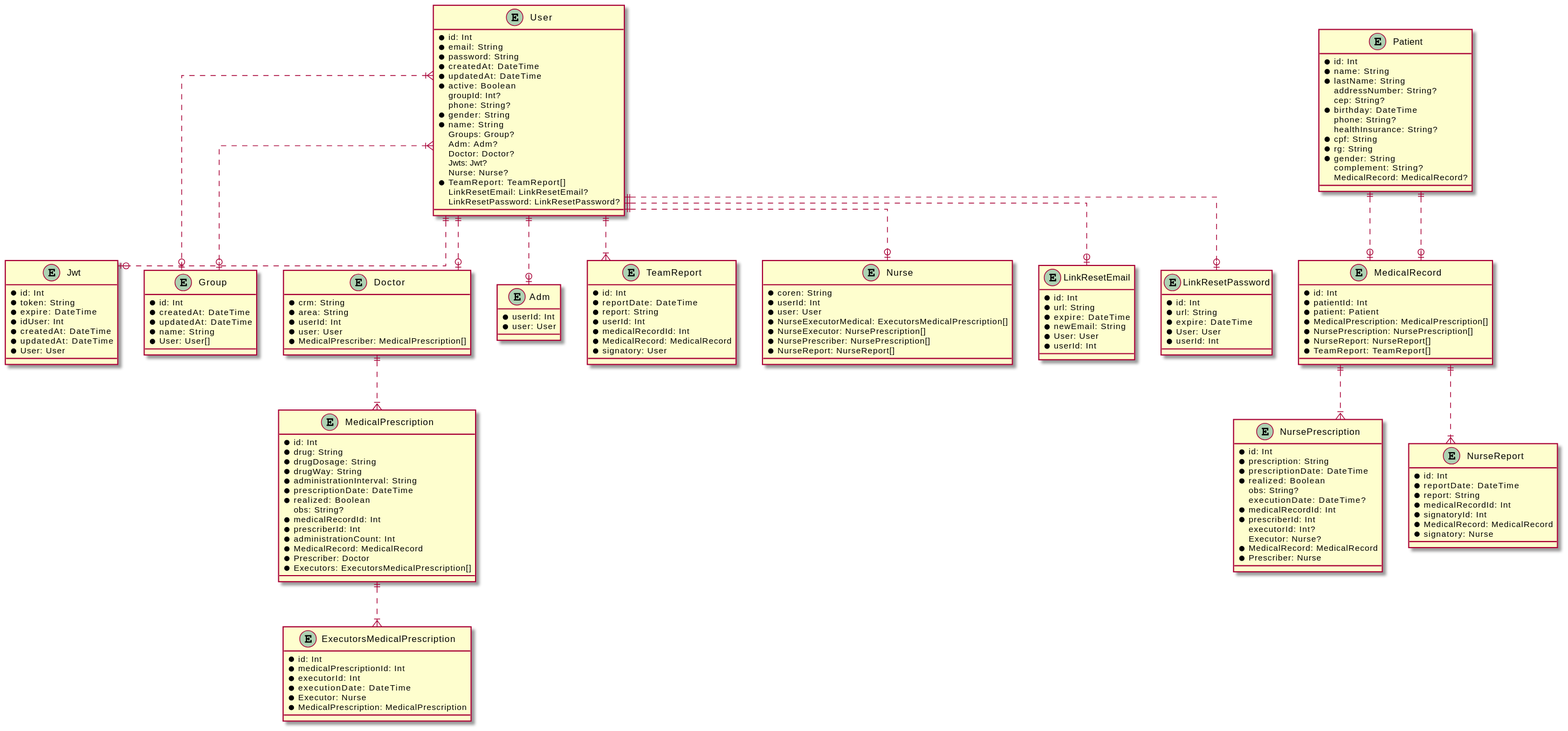
Above: prisma/uml/schemas_uml.svg in CC-UNIP-CAMPINAS/SAPEP-back (PlantUML), before the change.
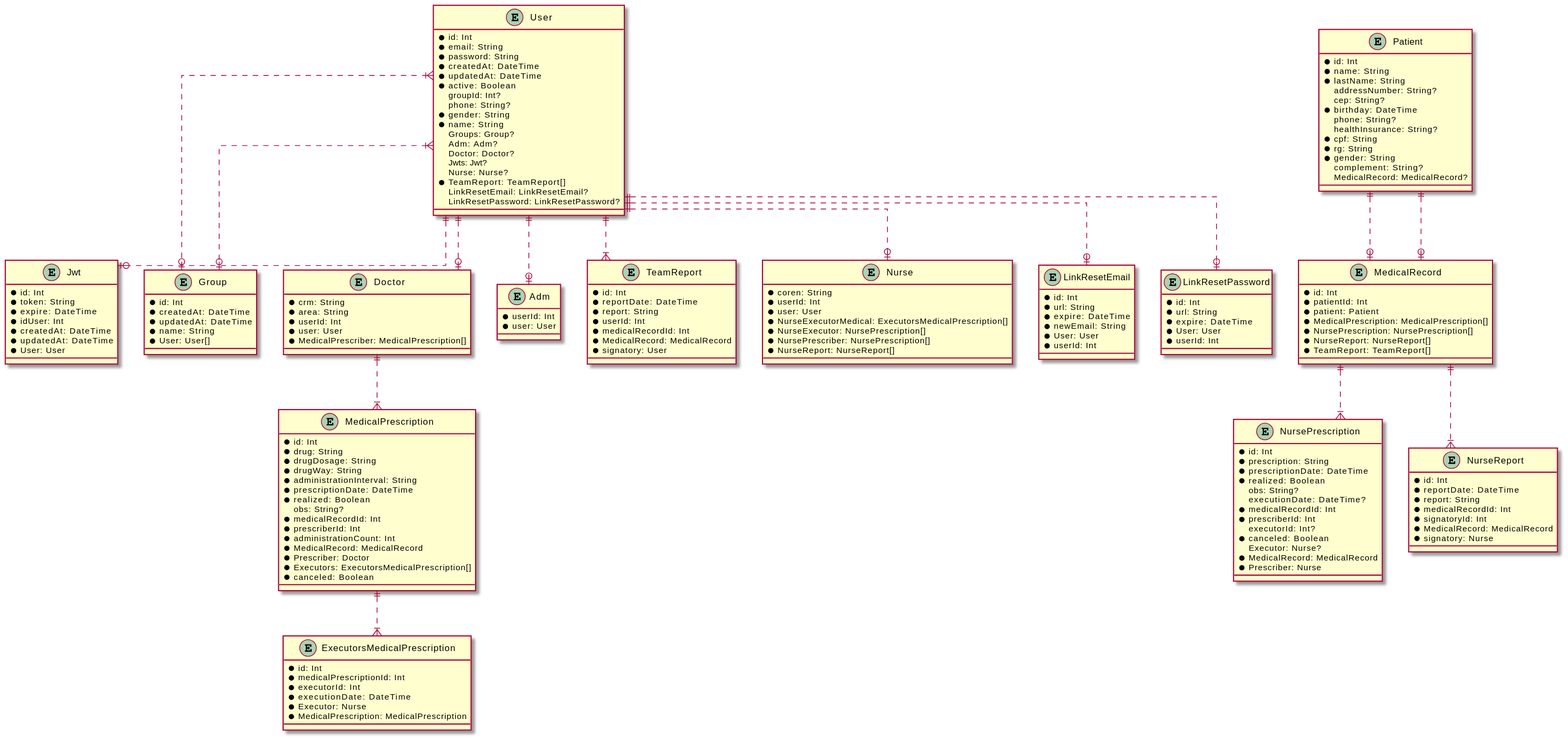
The same file after the commit.

Diff of the diagram source:
```diff
@@ -84,6 +84,7 @@
   * MedicalRecord: MedicalRecord
   * Prescriber: Doctor
   * Executors: ExecutorsMedicalPrescription[]
+  * canceled: Boolean
 }
 
 entity MedicalRecord {
@@ -126,6 +127,7 @@
   * medicalRecordId: Int
   * prescriberId: Int
   executorId: Int?
+  * canceled: Boolean
   Executor: Nurse?
   * MedicalRecord: MedicalRecord
   * Prescriber: Nurse
```
